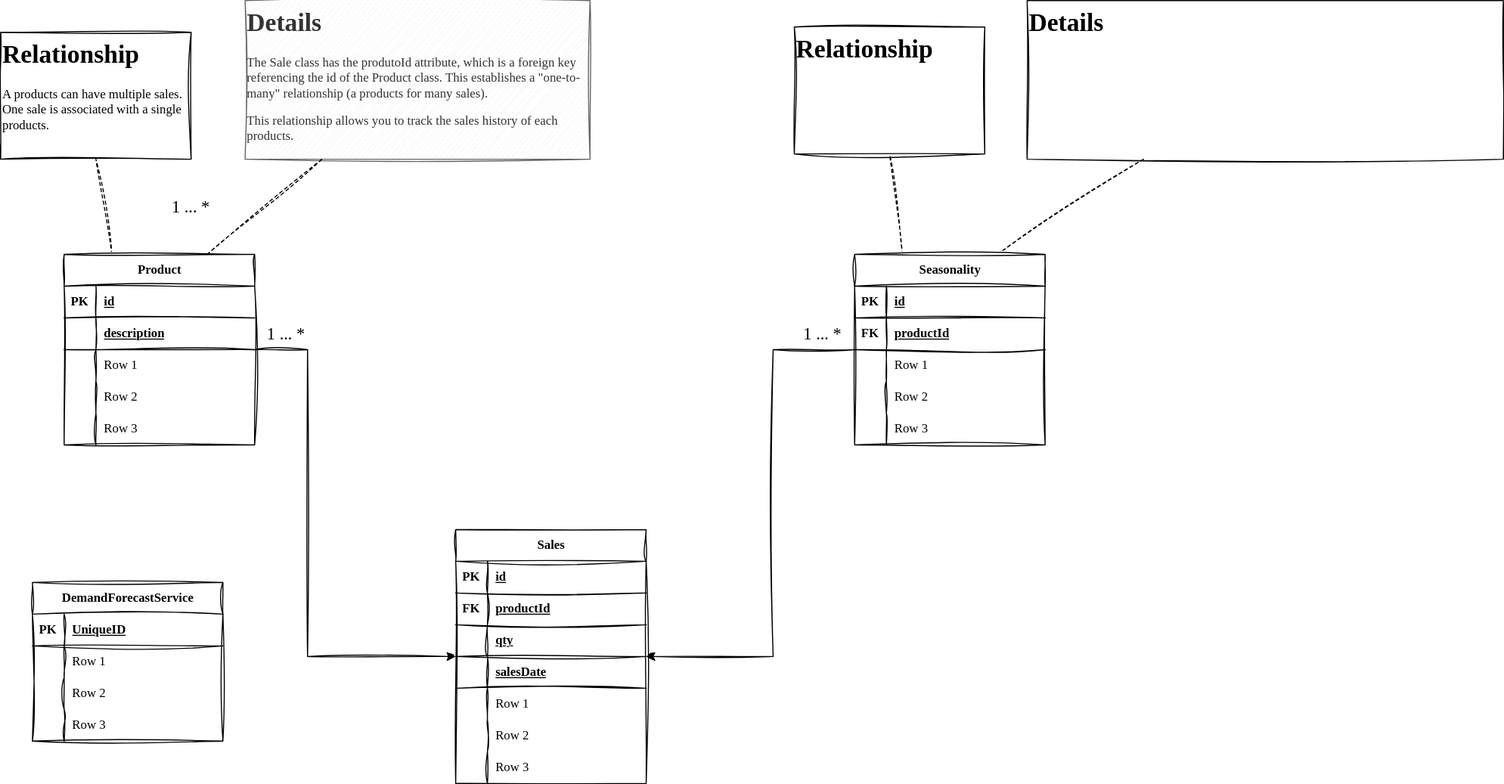
Earlier version of the draw.io export StockWise.drawio.svg (sergio-oliveira-br/StockWise). Source tidied: cells renumbered, new cells last; positions are measured from the earlier drawing's top-left corner, leaving out a move shared by most shapes.
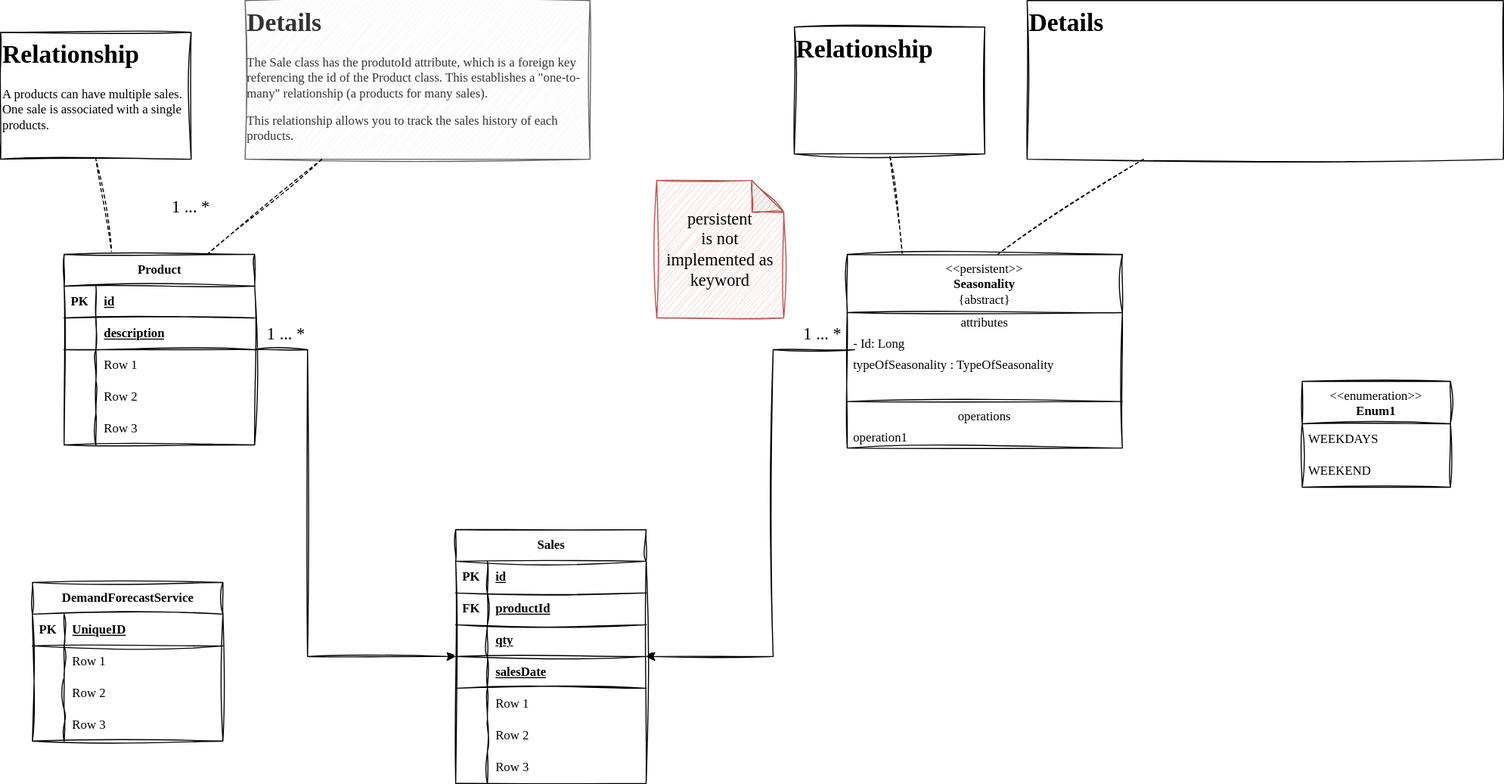
After the change.

What changed in the source:
```diff
@@ -53,68 +53,25 @@
     <mxCell id="18" value="Row 3" style="shape=partialRectangle;fillColor=none;top=0;left=0;bottom=0;right=0;align=left;spacingLeft=6;overflow=hidden;whiteSpace=wrap;html=1;sketch=1;hachureGap=4;jiggle=2;curveFitting=1;fontFamily=Architects Daughter;fontSource=https%3A%2F%2Ffonts.googleapis.com%2Fcss%3Ffamily%3DArchitects%2BDaughter;" parent="16" vertex="1">
       <mxGeometry x="30" width="150" height="30" as="geometry" />
     </mxCell>
-    <mxCell id="19" style="rounded=0;sketch=1;hachureGap=4;jiggle=2;curveFitting=1;jettySize=auto;html=1;fontFamily=Architects Daughter;fontSource=https%3A%2F%2Ffonts.googleapis.com%2Fcss%3Ffamily%3DArchitects%2BDaughter;dashed=1;entryX=0.5;entryY=1;entryDx=0;entryDy=0;endArrow=none;startFill=0;exitX=0.25;exitY=0;exitDx=0;exitDy=0;" parent="1" edge="1" source="22" target="78">
-      <mxGeometry relative="1" as="geometry" />
+    <mxCell id="19" style="rounded=0;sketch=1;hachureGap=4;jiggle=2;curveFitting=1;jettySize=auto;html=1;fontFamily=Architects Daughter;fontSource=https%3A%2F%2Ffonts.googleapis.com%2Fcss%3Ffamily%3DArchitects%2BDaughter;dashed=1;entryX=0.5;entryY=1;entryDx=0;entryDy=0;endArrow=none;startFill=0;exitX=0.25;exitY=0;exitDx=0;exitDy=0;" parent="1" edge="1" target="78">
+      <mxGeometry relative="1" as="geometry">
+        <mxPoint x="852" y="240" as="sourcePoint" />
+      </mxGeometry>
     </mxCell>
-    <mxCell id="20" style="rounded=0;sketch=1;hachureGap=4;jiggle=2;curveFitting=1;jettySize=auto;html=1;fontFamily=Architects Daughter;fontSource=https%3A%2F%2Ffonts.googleapis.com%2Fcss%3Ffamily%3DArchitects%2BDaughter;dashed=1;exitX=0.75;exitY=0;exitDx=0;exitDy=0;endArrow=none;startFill=0;" parent="1" edge="1" source="22" target="79">
-      <mxGeometry relative="1" as="geometry" />
+    <mxCell id="20" style="rounded=0;sketch=1;hachureGap=4;jiggle=2;curveFitting=1;jettySize=auto;html=1;fontFamily=Architects Daughter;fontSource=https%3A%2F%2Ffonts.googleapis.com%2Fcss%3Ffamily%3DArchitects%2BDaughter;dashed=1;exitX=0.75;exitY=0;exitDx=0;exitDy=0;endArrow=none;startFill=0;" parent="1" edge="1" target="79">
+      <mxGeometry relative="1" as="geometry">
+        <mxPoint x="942" y="240" as="sourcePoint" />
+      </mxGeometry>
     </mxCell>
-    <mxCell id="21" style="edgeStyle=orthogonalEdgeStyle;rounded=0;sketch=1;hachureGap=4;jiggle=2;curveFitting=1;jettySize=auto;html=1;fontFamily=Architects Daughter;fontSource=https%3A%2F%2Ffonts.googleapis.com%2Fcss%3Ffamily%3DArchitects%2BDaughter;" parent="1" edge="1" source="22" target="38">
+    <mxCell id="21" style="edgeStyle=orthogonalEdgeStyle;rounded=0;sketch=1;hachureGap=4;jiggle=2;curveFitting=1;jettySize=auto;html=1;fontFamily=Architects Daughter;fontSource=https%3A%2F%2Ffonts.googleapis.com%2Fcss%3Ffamily%3DArchitects%2BDaughter;" parent="1" edge="1" target="38">
       <mxGeometry relative="1" as="geometry">
+        <mxPoint x="807" y="330" as="sourcePoint" />
         <Array as="points">
           <mxPoint x="730" y="330" />
           <mxPoint x="730" y="620" />
         </Array>
       </mxGeometry>
     </mxCell>
-    <mxCell id="22" value="&lt;span style=&quot;white-space: normal;&quot;&gt;Seasonality&lt;/span&gt;" style="shape=table;startSize=30;rowLines=0;fontStyle=1;align=center;html=1;sketch=1;hachureGap=4;jiggle=2;curveFitting=1;fontFamily=Architects Daughter;fontSource=https%3A%2F%2Ffonts.googleapis.com%2Fcss%3Ffamily%3DArchitects%2BDaughter;" parent="1" vertex="1">
-      <mxGeometry x="807" y="240" width="180" height="180" as="geometry" />
-    </mxCell>
-    <mxCell id="23" style="shape=tableRow;horizontal=0;startSize=0;swimlaneHead=0;swimlaneBody=0;fillColor=none;top=0;left=0;right=0;bottom=1;sketch=1;hachureGap=4;jiggle=2;curveFitting=1;fontFamily=Architects Daughter;fontSource=https%3A%2F%2Ffonts.googleapis.com%2Fcss%3Ffamily%3DArchitects%2BDaughter;" parent="22" vertex="1">
-      <mxGeometry y="30" width="180" height="30" as="geometry" />
-    </mxCell>
-    <mxCell id="24" value="PK" style="shape=partialRectangle;fillColor=none;top=0;left=0;bottom=0;right=0;fontStyle=1;overflow=hidden;whiteSpace=wrap;html=1;sketch=1;hachureGap=4;jiggle=2;curveFitting=1;fontFamily=Architects Daughter;fontSource=https%3A%2F%2Ffonts.googleapis.com%2Fcss%3Ffamily%3DArchitects%2BDaughter;" parent="23" vertex="1">
-      <mxGeometry width="30" height="30" as="geometry" />
-    </mxCell>
-    <mxCell id="25" value="id" style="shape=partialRectangle;fillColor=none;top=0;left=0;bottom=0;right=0;align=left;spacingLeft=6;fontStyle=5;overflow=hidden;whiteSpace=wrap;html=1;sketch=1;hachureGap=4;jiggle=2;curveFitting=1;fontFamily=Architects Daughter;fontSource=https%3A%2F%2Ffonts.googleapis.com%2Fcss%3Ffamily%3DArchitects%2BDaughter;" parent="23" vertex="1">
-      <mxGeometry x="30" width="150" height="30" as="geometry" />
-    </mxCell>
-    <mxCell id="26" style="shape=tableRow;horizontal=0;startSize=0;swimlaneHead=0;swimlaneBody=0;fillColor=none;top=0;left=0;right=0;bottom=1;sketch=1;hachureGap=4;jiggle=2;curveFitting=1;fontFamily=Architects Daughter;fontSource=https%3A%2F%2Ffonts.googleapis.com%2Fcss%3Ffamily%3DArchitects%2BDaughter;" parent="22" vertex="1">
-      <mxGeometry y="60" width="180" height="30" as="geometry" />
-    </mxCell>
-    <mxCell id="27" value="FK" style="shape=partialRectangle;fillColor=none;top=0;left=0;bottom=0;right=0;fontStyle=1;overflow=hidden;whiteSpace=wrap;html=1;sketch=1;hachureGap=4;jiggle=2;curveFitting=1;fontFamily=Architects Daughter;fontSource=https%3A%2F%2Ffonts.googleapis.com%2Fcss%3Ffamily%3DArchitects%2BDaughter;" parent="26" vertex="1">
-      <mxGeometry width="30" height="30" as="geometry" />
-    </mxCell>
-    <mxCell id="28" value="productId" style="shape=partialRectangle;fillColor=none;top=0;left=0;bottom=0;right=0;align=left;spacingLeft=6;fontStyle=5;overflow=hidden;whiteSpace=wrap;html=1;sketch=1;hachureGap=4;jiggle=2;curveFitting=1;fontFamily=Architects Daughter;fontSource=https%3A%2F%2Ffonts.googleapis.com%2Fcss%3Ffamily%3DArchitects%2BDaughter;" parent="26" vertex="1">
-      <mxGeometry x="30" width="150" height="30" as="geometry" />
-    </mxCell>
-    <mxCell id="29" style="shape=tableRow;horizontal=0;startSize=0;swimlaneHead=0;swimlaneBody=0;fillColor=none;top=0;left=0;right=0;bottom=0;sketch=1;hachureGap=4;jiggle=2;curveFitting=1;fontFamily=Architects Daughter;fontSource=https%3A%2F%2Ffonts.googleapis.com%2Fcss%3Ffamily%3DArchitects%2BDaughter;" parent="22" vertex="1">
-      <mxGeometry y="90" width="180" height="30" as="geometry" />
-    </mxCell>
-    <mxCell id="30" style="shape=partialRectangle;fillColor=none;top=0;left=0;bottom=0;right=0;overflow=hidden;whiteSpace=wrap;html=1;sketch=1;hachureGap=4;jiggle=2;curveFitting=1;fontFamily=Architects Daughter;fontSource=https%3A%2F%2Ffonts.googleapis.com%2Fcss%3Ffamily%3DArchitects%2BDaughter;" parent="29" vertex="1">
-      <mxGeometry width="30" height="30" as="geometry" />
-    </mxCell>
-    <mxCell id="31" value="Row 1" style="shape=partialRectangle;fillColor=none;top=0;left=0;bottom=0;right=0;align=left;spacingLeft=6;overflow=hidden;whiteSpace=wrap;html=1;sketch=1;hachureGap=4;jiggle=2;curveFitting=1;fontFamily=Architects Daughter;fontSource=https%3A%2F%2Ffonts.googleapis.com%2Fcss%3Ffamily%3DArchitects%2BDaughter;" parent="29" vertex="1">
-      <mxGeometry x="30" width="150" height="30" as="geometry" />
-    </mxCell>
-    <mxCell id="32" style="shape=tableRow;horizontal=0;startSize=0;swimlaneHead=0;swimlaneBody=0;fillColor=none;top=0;left=0;right=0;bottom=0;sketch=1;hachureGap=4;jiggle=2;curveFitting=1;fontFamily=Architects Daughter;fontSource=https%3A%2F%2Ffonts.googleapis.com%2Fcss%3Ffamily%3DArchitects%2BDaughter;" parent="22" vertex="1">
-      <mxGeometry y="120" width="180" height="30" as="geometry" />
-    </mxCell>
-    <mxCell id="33" style="shape=partialRectangle;fillColor=none;top=0;left=0;bottom=0;right=0;overflow=hidden;whiteSpace=wrap;html=1;sketch=1;hachureGap=4;jiggle=2;curveFitting=1;fontFamily=Architects Daughter;fontSource=https%3A%2F%2Ffonts.googleapis.com%2Fcss%3Ffamily%3DArchitects%2BDaughter;" parent="32" vertex="1">
-      <mxGeometry width="30" height="30" as="geometry" />
-    </mxCell>
-    <mxCell id="34" value="Row 2" style="shape=partialRectangle;fillColor=none;top=0;left=0;bottom=0;right=0;align=left;spacingLeft=6;overflow=hidden;whiteSpace=wrap;html=1;sketch=1;hachureGap=4;jiggle=2;curveFitting=1;fontFamily=Architects Daughter;fontSource=https%3A%2F%2Ffonts.googleapis.com%2Fcss%3Ffamily%3DArchitects%2BDaughter;" parent="32" vertex="1">
-      <mxGeometry x="30" width="150" height="30" as="geometry" />
-    </mxCell>
-    <mxCell id="35" style="shape=tableRow;horizontal=0;startSize=0;swimlaneHead=0;swimlaneBody=0;fillColor=none;top=0;left=0;right=0;bottom=0;sketch=1;hachureGap=4;jiggle=2;curveFitting=1;fontFamily=Architects Daughter;fontSource=https%3A%2F%2Ffonts.googleapis.com%2Fcss%3Ffamily%3DArchitects%2BDaughter;" parent="22" vertex="1">
-      <mxGeometry y="150" width="180" height="30" as="geometry" />
-    </mxCell>
-    <mxCell id="36" style="shape=partialRectangle;fillColor=none;top=0;left=0;bottom=0;right=0;overflow=hidden;whiteSpace=wrap;html=1;sketch=1;hachureGap=4;jiggle=2;curveFitting=1;fontFamily=Architects Daughter;fontSource=https%3A%2F%2Ffonts.googleapis.com%2Fcss%3Ffamily%3DArchitects%2BDaughter;" parent="35" vertex="1">
-      <mxGeometry width="30" height="30" as="geometry" />
-    </mxCell>
-    <mxCell id="37" value="Row 3" style="shape=partialRectangle;fillColor=none;top=0;left=0;bottom=0;right=0;align=left;spacingLeft=6;overflow=hidden;whiteSpace=wrap;html=1;sketch=1;hachureGap=4;jiggle=2;curveFitting=1;fontFamily=Architects Daughter;fontSource=https%3A%2F%2Ffonts.googleapis.com%2Fcss%3Ffamily%3DArchitects%2BDaughter;" parent="35" vertex="1">
-      <mxGeometry x="30" width="150" height="30" as="geometry" />
-    </mxCell>
     <mxCell id="38" value="Sales" style="shape=table;startSize=30;rowLines=0;fontStyle=1;align=center;html=1;sketch=1;hachureGap=4;jiggle=2;curveFitting=1;fontFamily=Architects Daughter;fontSource=https%3A%2F%2Ffonts.googleapis.com%2Fcss%3Ffamily%3DArchitects%2BDaughter;" parent="1" vertex="1">
       <mxGeometry x="430" y="500" width="180" height="240" as="geometry" />
     </mxCell>
@@ -252,5 +209,41 @@
     <mxCell id="81" value="1 ... *" style="text;html=1;align=center;verticalAlign=middle;whiteSpace=wrap;rounded=0;fontFamily=Architects Daughter;fontSource=https%3A%2F%2Ffonts.googleapis.com%2Fcss%3Ffamily%3DArchitects%2BDaughter;fontSize=16;" parent="1" vertex="1">
       <mxGeometry x="747" y="300" width="60" height="30" as="geometry" />
     </mxCell>
+    <mxCell id="82" value="&lt;div&gt;&amp;lt;&amp;lt;persistent&amp;gt;&amp;gt;&lt;br&gt;&lt;/div&gt;&lt;b&gt;Seasonality&lt;/b&gt;&lt;br&gt;{abstract}" style="swimlane;fontStyle=0;align=center;verticalAlign=top;horizontal=1;startSize=55;html=1;whiteSpace=wrap;sketch=1;hachureGap=4;jiggle=2;curveFitting=1;fontFamily=Architects Daughter;fontSource=https%3A%2F%2Ffonts.googleapis.com%2Fcss%3Ffamily%3DArchitects%2BDaughter;" parent="1" vertex="1">
+      <mxGeometry x="800" y="240" width="260" height="183" as="geometry" />
+    </mxCell>
+    <mxCell id="83" value="attributes" style="text;html=1;strokeColor=none;fillColor=none;align=center;verticalAlign=middle;spacingLeft=4;spacingRight=4;overflow=hidden;whiteSpace=wrap;fontFamily=Architects Daughter;fontSource=https%3A%2F%2Ffonts.googleapis.com%2Fcss%3Ffamily%3DArchitects%2BDaughter;" parent="82" vertex="1">
+      <mxGeometry y="55" width="260" height="20" as="geometry" />
+    </mxCell>
+    <mxCell id="84" value="- Id: Long" style="text;html=1;strokeColor=none;fillColor=none;align=left;verticalAlign=middle;spacingLeft=4;spacingRight=4;overflow=hidden;whiteSpace=wrap;fontFamily=Architects Daughter;fontSource=https%3A%2F%2Ffonts.googleapis.com%2Fcss%3Ffamily%3DArchitects%2BDaughter;" parent="82" vertex="1">
+      <mxGeometry y="75" width="260" height="20" as="geometry" />
+    </mxCell>
+    <mxCell id="85" value="typeOfSeasonality : TypeOfSeasonality" style="text;html=1;strokeColor=none;fillColor=none;align=left;verticalAlign=middle;spacingLeft=4;spacingRight=4;overflow=hidden;whiteSpace=wrap;fontFamily=Architects Daughter;fontSource=https%3A%2F%2Ffonts.googleapis.com%2Fcss%3Ffamily%3DArchitects%2BDaughter;" parent="82" vertex="1">
+      <mxGeometry y="95" width="260" height="20" as="geometry" />
+    </mxCell>
+    <mxCell id="86" style="text;html=1;strokeColor=none;fillColor=none;align=left;verticalAlign=middle;spacingLeft=4;spacingRight=4;overflow=hidden;fontColor=#808080;whiteSpace=wrap;fontFamily=Architects Daughter;fontSource=https%3A%2F%2Ffonts.googleapis.com%2Fcss%3Ffamily%3DArchitects%2BDaughter;" parent="82" vertex="1">
+      <mxGeometry y="115" width="260" height="20" as="geometry" />
+    </mxCell>
+    <mxCell id="87" style="line;strokeWidth=1;fillColor=none;align=left;verticalAlign=middle;spacingTop=-1;spacingLeft=3;spacingRight=3;labelPosition=right;sketch=1;hachureGap=4;jiggle=2;curveFitting=1;fontFamily=Architects Daughter;fontSource=https%3A%2F%2Ffonts.googleapis.com%2Fcss%3Ffamily%3DArchitects%2BDaughter;" parent="82" vertex="1">
+      <mxGeometry y="135" width="260" height="8" as="geometry" />
+    </mxCell>
+    <mxCell id="88" value="operations" style="text;html=1;strokeColor=none;fillColor=none;align=center;verticalAlign=middle;spacingLeft=4;spacingRight=4;overflow=hidden;whiteSpace=wrap;fontFamily=Architects Daughter;fontSource=https%3A%2F%2Ffonts.googleapis.com%2Fcss%3Ffamily%3DArchitects%2BDaughter;" parent="82" vertex="1">
+      <mxGeometry y="143" width="260" height="20" as="geometry" />
+    </mxCell>
+    <mxCell id="89" value="operation1" style="text;html=1;strokeColor=none;fillColor=none;align=left;verticalAlign=middle;spacingLeft=4;spacingRight=4;overflow=hidden;whiteSpace=wrap;fontFamily=Architects Daughter;fontSource=https%3A%2F%2Ffonts.googleapis.com%2Fcss%3Ffamily%3DArchitects%2BDaughter;" parent="82" vertex="1">
+      <mxGeometry y="163" width="260" height="20" as="geometry" />
+    </mxCell>
+    <mxCell id="90" value="&amp;lt;&amp;lt;enumeration&amp;gt;&amp;gt;&lt;br&gt;&lt;b&gt;Enum1&lt;/b&gt;" style="swimlane;fontStyle=0;align=center;verticalAlign=top;horizontal=1;startSize=40;html=1;whiteSpace=wrap;sketch=1;hachureGap=4;jiggle=2;curveFitting=1;fontFamily=Architects Daughter;fontSource=https%3A%2F%2Ffonts.googleapis.com%2Fcss%3Ffamily%3DArchitects%2BDaughter;" parent="1" vertex="1">
+      <mxGeometry x="1230" y="360" width="140" height="100" as="geometry" />
+    </mxCell>
+    <mxCell id="91" value="WEEKDAYS" style="text;html=1;strokeColor=none;fillColor=none;align=left;verticalAlign=middle;spacingLeft=4;spacingRight=4;overflow=hidden;whiteSpace=wrap;fontFamily=Architects Daughter;fontSource=https%3A%2F%2Ffonts.googleapis.com%2Fcss%3Ffamily%3DArchitects%2BDaughter;" parent="90" vertex="1">
+      <mxGeometry y="40" width="140" height="30" as="geometry" />
+    </mxCell>
+    <mxCell id="92" value="WEEKEND" style="text;html=1;strokeColor=none;fillColor=none;align=left;verticalAlign=middle;spacingLeft=4;spacingRight=4;overflow=hidden;whiteSpace=wrap;fontFamily=Architects Daughter;fontSource=https%3A%2F%2Ffonts.googleapis.com%2Fcss%3Ffamily%3DArchitects%2BDaughter;" parent="90" vertex="1">
+      <mxGeometry y="70" width="140" height="30" as="geometry" />
+    </mxCell>
+    <mxCell id="93" value="&lt;span style=&quot;text-align: start; font-size: medium;&quot;&gt;persistent&lt;/span&gt;&lt;div&gt;&lt;span style=&quot;text-align: start; font-size: medium;&quot;&gt;is not implemented as keyword&lt;/span&gt;&lt;/div&gt;" style="shape=note;whiteSpace=wrap;html=1;backgroundOutline=1;darkOpacity=0.05;sketch=1;hachureGap=4;jiggle=2;curveFitting=1;fontFamily=Architects Daughter;fontSource=https%3A%2F%2Ffonts.googleapis.com%2Fcss%3Ffamily%3DArchitects%2BDaughter;fillColor=#f8cecc;strokeColor=#b85450;" parent="1" vertex="1">
+      <mxGeometry x="620" y="170" width="120" height="130" as="geometry" />
+    </mxCell>
   </root>
 </mxGraphModel>
```
